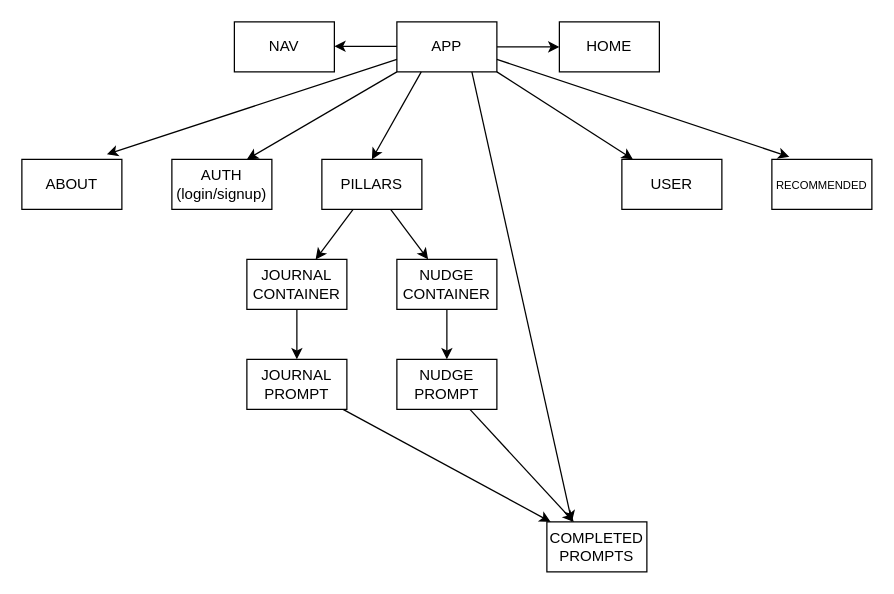
The draw.io diagram micelio_tree.drawio in vcali02/phase-5-capstone, before the edit. Source tidied: cells renumbered, new cells numbered last; positions are measured from the earlier drawing's top-left corner, leaving out a move shared by most shapes. Both pictures are drawn from the tidied source at 125%, with x=0, y=0 at pixel (21, 21).
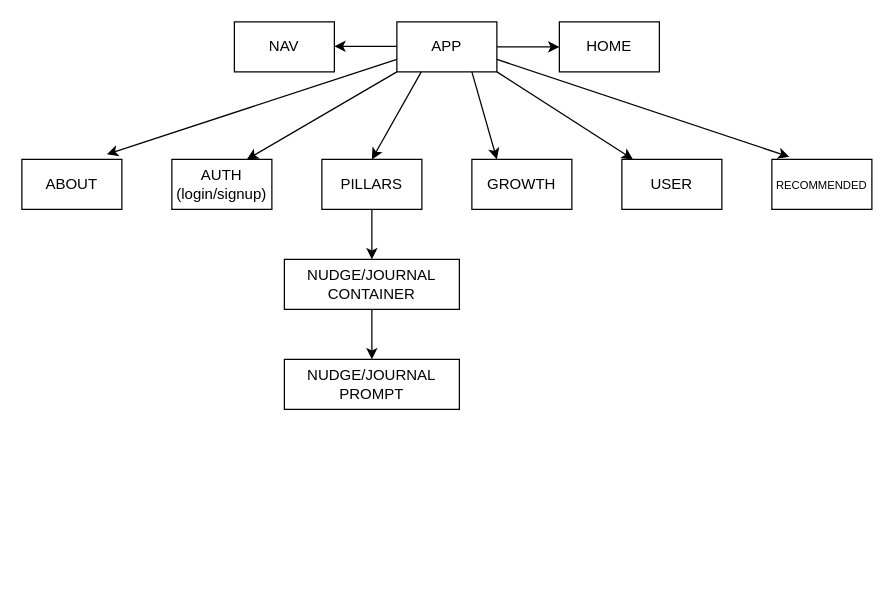
The same diagram, later.

The change refers to these unchanged cells:
```xml
<mxCell id="15" value="PILLARS" style="whiteSpace=wrap;html=1;" parent="1" vertex="1">
  <mxGeometry x="240" y="110" width="80" height="40" as="geometry" />
</mxCell>
```

What changed in the source:
```diff
@@
-    <mxCell id="14" style="edgeStyle=none;html=1;" parent="1" edge="1" source="15" target="19">
-      <mxGeometry relative="1" as="geometry" />
-    </mxCell>
@@
-    <mxCell id="17" value="COMPLETED PROMPTS" style="whiteSpace=wrap;html=1;" parent="1" vertex="1">
-      <mxGeometry x="420" y="400" width="80" height="40" as="geometry" />
+    <mxCell id="17" value="GROWTH" style="whiteSpace=wrap;html=1;" parent="1" vertex="1">
+      <mxGeometry x="360" y="110" width="80" height="40" as="geometry" />
     </mxCell>
-    <mxCell id="18" style="edgeStyle=none;html=1;" parent="1" edge="1" source="19" target="23">
-      <mxGeometry relative="1" as="geometry" />
-    </mxCell>
-    <mxCell id="19" value="JOURNAL CONTAINER" style="whiteSpace=wrap;html=1;" parent="1" vertex="1">
-      <mxGeometry x="180" y="190" width="80" height="40" as="geometry" />
-    </mxCell>
@@
-    <mxCell id="21" value="NUDGE CONTAINER" style="whiteSpace=wrap;html=1;" parent="1" vertex="1">
-      <mxGeometry x="300" y="190" width="80" height="40" as="geometry" />
+    <mxCell id="21" value="&lt;font style=&quot;font-size: 12px;&quot;&gt;NUDGE/JOURNAL CONTAINER&lt;/font&gt;" style="whiteSpace=wrap;html=1;" parent="1" vertex="1">
+      <mxGeometry x="210" y="190" width="140" height="40" as="geometry" />
     </mxCell>
-    <mxCell id="22" style="edgeStyle=none;html=1;fontSize=9;" parent="1" edge="1" source="23" target="17">
-      <mxGeometry relative="1" as="geometry" />
-    </mxCell>
-    <mxCell id="23" value="JOURNAL PROMPT" style="whiteSpace=wrap;html=1;" parent="1" vertex="1">
-      <mxGeometry x="180" y="270" width="80" height="40" as="geometry" />
-    </mxCell>
-    <mxCell id="24" style="edgeStyle=none;html=1;fontSize=9;" parent="1" edge="1" source="25" target="17">
-      <mxGeometry relative="1" as="geometry" />
-    </mxCell>
-    <mxCell id="25" value="NUDGE PROMPT" style="whiteSpace=wrap;html=1;" parent="1" vertex="1">
-      <mxGeometry x="300" y="270" width="80" height="40" as="geometry" />
+    <mxCell id="25" value="NUDGE/JOURNAL PROMPT" style="whiteSpace=wrap;html=1;" parent="1" vertex="1">
+      <mxGeometry x="210" y="270" width="140" height="40" as="geometry" />
     </mxCell>
```
